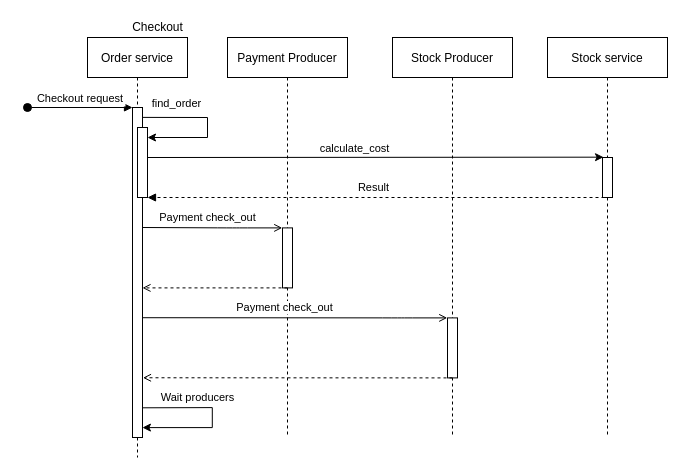
Earlier version of the draw.io diagram diagrams/Sequence-diagram-checkout-order.drawio (iiacoban42/online-store). Source tidied: cells renumbered, new cells numbered last; positions are measured from the earlier drawing's top-left corner, leaving out a move shared by most shapes. Both pictures are drawn from the tidied source at 100%, with x=0, y=0 at pixel (27, 17).
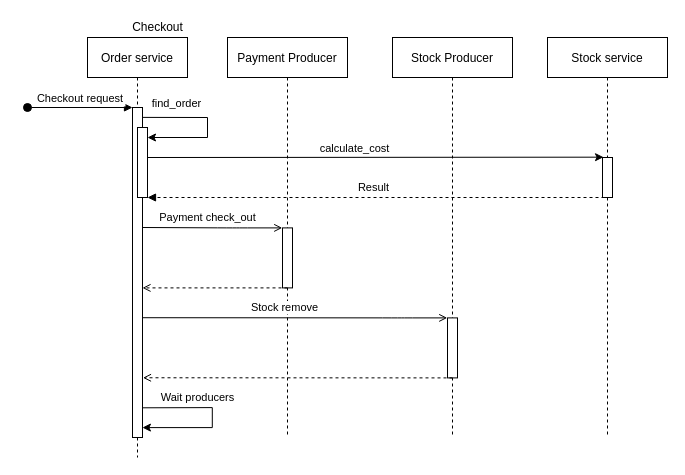
After the change.

Unchanged cells that the change refers to:
```xml
<mxCell id="3" style="points=[];perimeter=orthogonalPerimeter;rounded=0;shadow=0;strokeWidth=1;" parent="2" vertex="1">
  <mxGeometry x="45" y="70" width="10" height="330" as="geometry" />
</mxCell>
<mxCell id="16" style="points=[];perimeter=orthogonalPerimeter;rounded=0;shadow=0;strokeWidth=1;" parent="15" vertex="1">
  <mxGeometry x="55" y="280.4" width="10" height="60" as="geometry" />
</mxCell>
```

What changed in the source:
```diff
@@
-    <mxCell id="20" value="Payment check_out" style="endArrow=open;html=1;entryX=-0.024;entryY=0;entryDx=0;entryDy=0;entryPerimeter=0;endFill=0;exitX=0.992;exitY=0.637;exitDx=0;exitDy=0;exitPerimeter=0;" parent="1" edge="1" source="3" target="16">
+    <mxCell id="20" value="Stock remove" style="endArrow=open;html=1;entryX=-0.024;entryY=0;entryDx=0;entryDy=0;entryPerimeter=0;endFill=0;exitX=0.992;exitY=0.637;exitDx=0;exitDy=0;exitPerimeter=0;" parent="1" edge="1" source="3" target="16">
       <mxGeometry x="-0.07" y="10" relative="1" as="geometry">
         <Array as="points">
           <mxPoint x="365" y="300.4" />
           <mxPoint x="375" y="300.4" />
         </Array>
       </mxGeometry>
     </mxCell>
```
